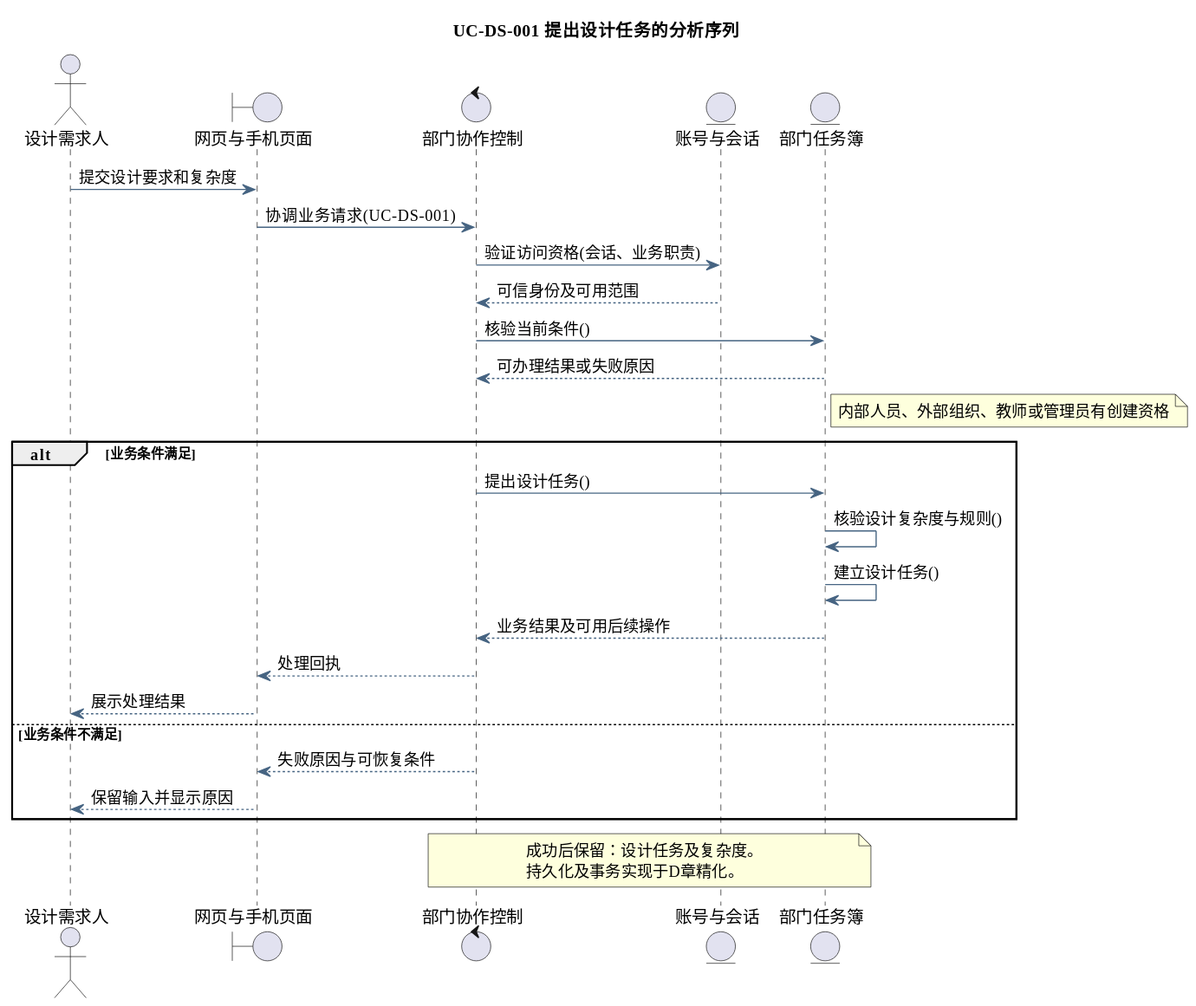
Before: docs/diagrams/analysis/seq-uc-ds-001.svg, a diagram exported from PlantUML (tccc1csu/miniprogram-csu). Source of this version:
```plantuml
@startuml
skinparam defaultFontName Microsoft YaHei
skinparam shadowing false
skinparam backgroundColor #FFFFFF
skinparam ArrowColor #466482
skinparam classAttributeIconSize 0
hide empty members
title UC-DS-001 提出设计任务的分析序列
actor "设计需求人" as actor
boundary "网页与手机页面" as page
control "部门协作控制" as ctl
entity "账号与会话" as identity
entity "部门任务簿" as model
actor -> page : 提交设计要求和复杂度
page -> ctl : 协调业务请求(UC-DS-001)
ctl -> identity : 验证访问资格(会话、业务职责)
identity --> ctl : 可信身份及可用范围
ctl -> model : 核验当前条件()
model --> ctl : 可办理结果或失败原因
note right of model
内部人员、外部组织、教师或管理员有创建资格
end note
alt 业务条件满足
ctl -> model : 提出设计任务()
model -> model : 核验设计复杂度与规则()
model -> model : 建立设计任务()
model --> ctl : 业务结果及可用后续操作
ctl --> page : 处理回执
page --> actor : 展示处理结果
else 业务条件不满足
ctl --> page : 失败原因与可恢复条件
page --> actor : 保留输入并显示原因
end
note over ctl,model
成功后保留：设计任务及复杂度。
持久化及事务实现于D章精化。
end note
@enduml
```
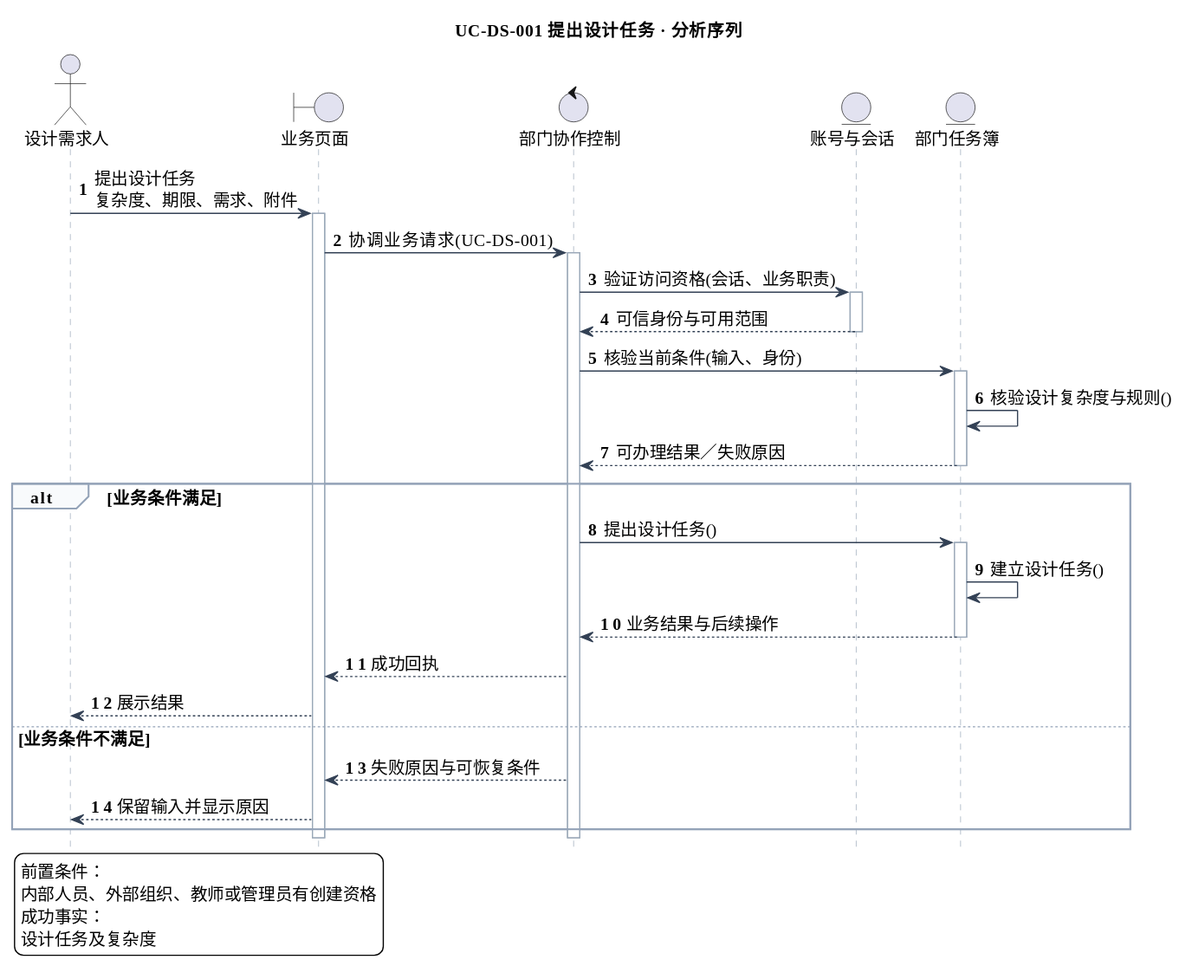
Above is the later version.

The edit, as a diff of the source:
```diff
@@ -5,34 +5,52 @@
 skinparam ArrowColor #466482
 skinparam classAttributeIconSize 0
 hide empty members
-title UC-DS-001 提出设计任务的分析序列
+skinparam defaultFontSize 14
+skinparam sequenceLifeLineBorderColor #9AA8B8
+skinparam sequenceArrowColor #334155
+skinparam sequenceGroupBorderColor #94A3B8
+skinparam sequenceGroupBackgroundColor #F8FAFC
+skinparam sequenceParticipantPadding 18
+skinparam maxMessageSize 240
+hide footbox
+autonumber
+title UC-DS-001 提出设计任务 · 分析序列
 actor "设计需求人" as actor
-boundary "网页与手机页面" as page
+boundary "业务页面" as page
 control "部门协作控制" as ctl
 entity "账号与会话" as identity
 entity "部门任务簿" as model
-actor -> page : 提交设计要求和复杂度
+actor -> page : 提出设计任务\n复杂度、期限、需求、附件
+activate page
 page -> ctl : 协调业务请求(UC-DS-001)
+activate ctl
 ctl -> identity : 验证访问资格(会话、业务职责)
-identity --> ctl : 可信身份及可用范围
-ctl -> model : 核验当前条件()
-model --> ctl : 可办理结果或失败原因
-note right of model
-内部人员、外部组织、教师或管理员有创建资格
-end note
+activate identity
+identity --> ctl : 可信身份与可用范围
+deactivate identity
+ctl -> model : 核验当前条件(输入、身份)
+activate model
+model -> model : 核验设计复杂度与规则()
+model --> ctl : 可办理结果／失败原因
+deactivate model
 alt 业务条件满足
 ctl -> model : 提出设计任务()
-model -> model : 核验设计复杂度与规则()
+activate model
 model -> model : 建立设计任务()
-model --> ctl : 业务结果及可用后续操作
-ctl --> page : 处理回执
-page --> actor : 展示处理结果
+model --> ctl : 业务结果与后续操作
+deactivate model
+ctl --> page : 成功回执
+page --> actor : 展示结果
 else 业务条件不满足
 ctl --> page : 失败原因与可恢复条件
 page --> actor : 保留输入并显示原因
 end
-note over ctl,model
-成功后保留：设计任务及复杂度。
-持久化及事务实现于D章精化。
-end note
+deactivate ctl
+deactivate page
+legend bottom left
+前置条件：
+内部人员、外部组织、教师或管理员有创建资格
+成功事实：
+设计任务及复杂度
+endlegend
 @enduml
```
